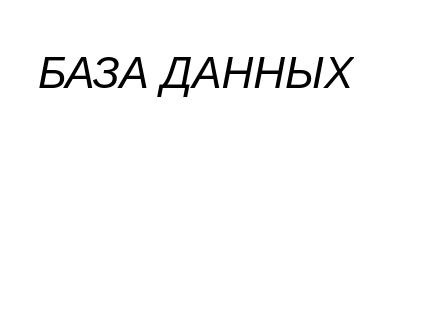
User-cyber-new/mebkuch keeps this draw.io diagram as page "таски" (3 of 4) of мебкух.drawio. Above is the earlier version. Source tidied: cells renumbered, new cells numbered last; positions are measured from the earlier drawing's top-left corner, leaving out a move shared by most shapes. Both pictures are drawn from the tidied source at 200%, with x=0, y=0 at pixel (34, 34).
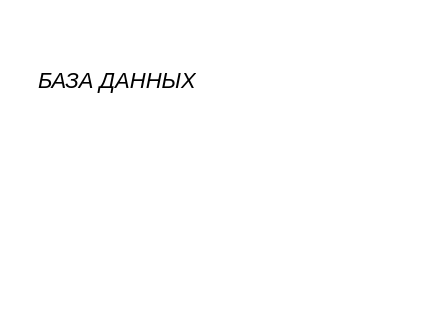
The same page after the edit.

The edit, as a diff of the source:
```diff
@@
 <mxGraphModel>
   <root>
     <mxCell id="0" />
     <mxCell id="1" parent="0" />
-    <mxCell id="2" value="&lt;h1 style=&quot;margin-top: 0px;&quot;&gt;&lt;span style=&quot;background-color: light-dark(#ffffff, var(--ge-dark-color, #121212)); color: light-dark(rgb(0, 0, 0), rgb(255, 255, 255)); font-weight: normal;&quot;&gt;&lt;i&gt;БАЗА ДАННЫХ&lt;br&gt;&lt;/i&gt;&lt;/span&gt;&lt;br&gt;&lt;/h1&gt;" style="text;html=1;whiteSpace=wrap;overflow=hidden;rounded=0;fontFamily=Helvetica;fontSize=11;fontColor=default;labelBackgroundColor=default;" parent="1" vertex="1">
+    <mxCell id="2" value="&lt;h1 style=&quot;margin-top: 0px;&quot;&gt;&lt;div style=&quot;text-align: justify;&quot;&gt;&lt;i style=&quot;color: light-dark(rgb(0, 0, 0), rgb(255, 255, 255)); font-weight: normal; font-size: 11px;&quot;&gt;БАЗА ДАННЫХ&lt;/i&gt;&lt;/div&gt;&lt;div style=&quot;text-align: justify;&quot;&gt;&lt;br&gt;&lt;/div&gt;&lt;/h1&gt;" style="text;html=1;whiteSpace=wrap;overflow=hidden;rounded=0;fontFamily=Helvetica;fontSize=11;fontColor=default;labelBackgroundColor=default;" parent="1" vertex="1">
       <mxGeometry width="180" height="120" as="geometry" />
     </mxCell>
   </root>
 </mxGraphModel>
```
